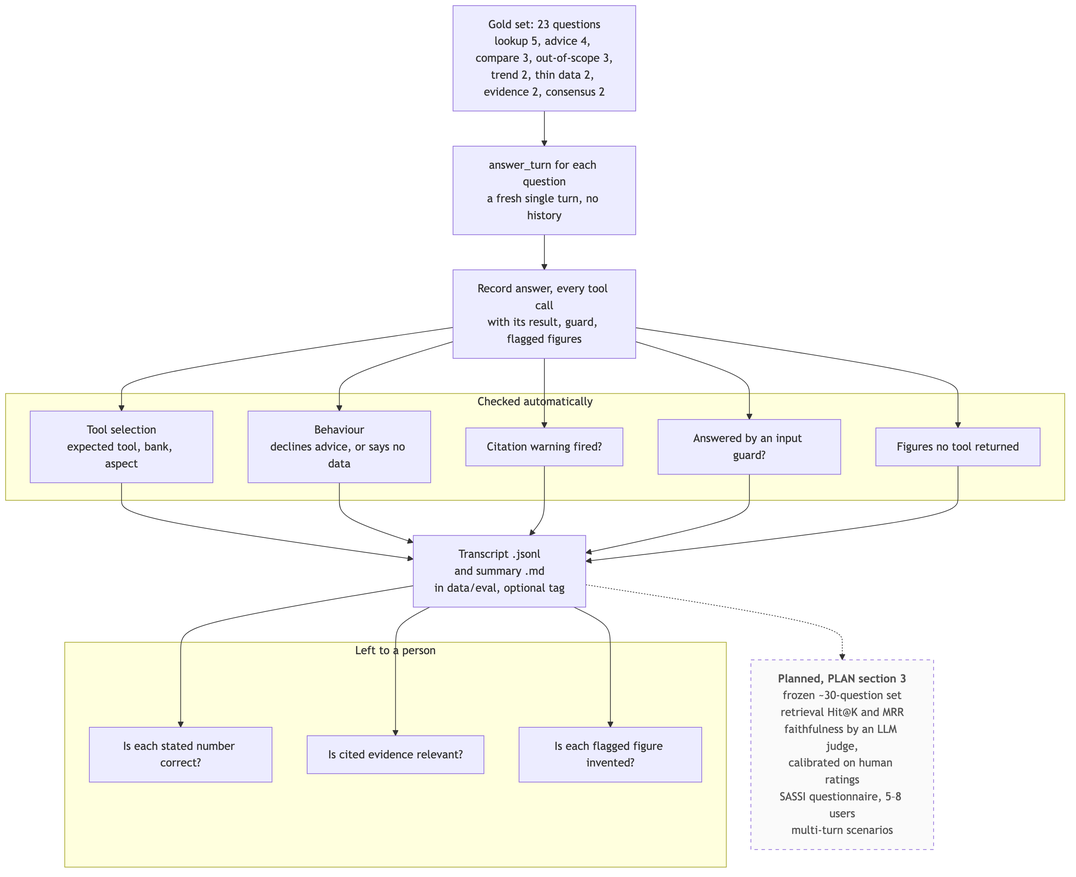
This is docs/diagrams/img/20-chatbot-evaluation.png from Gavingyh/plp-project, a Mermaid export, as it was before one commit. Its source is kept beside it as docs/diagrams/src/20-chatbot-evaluation.mmd.
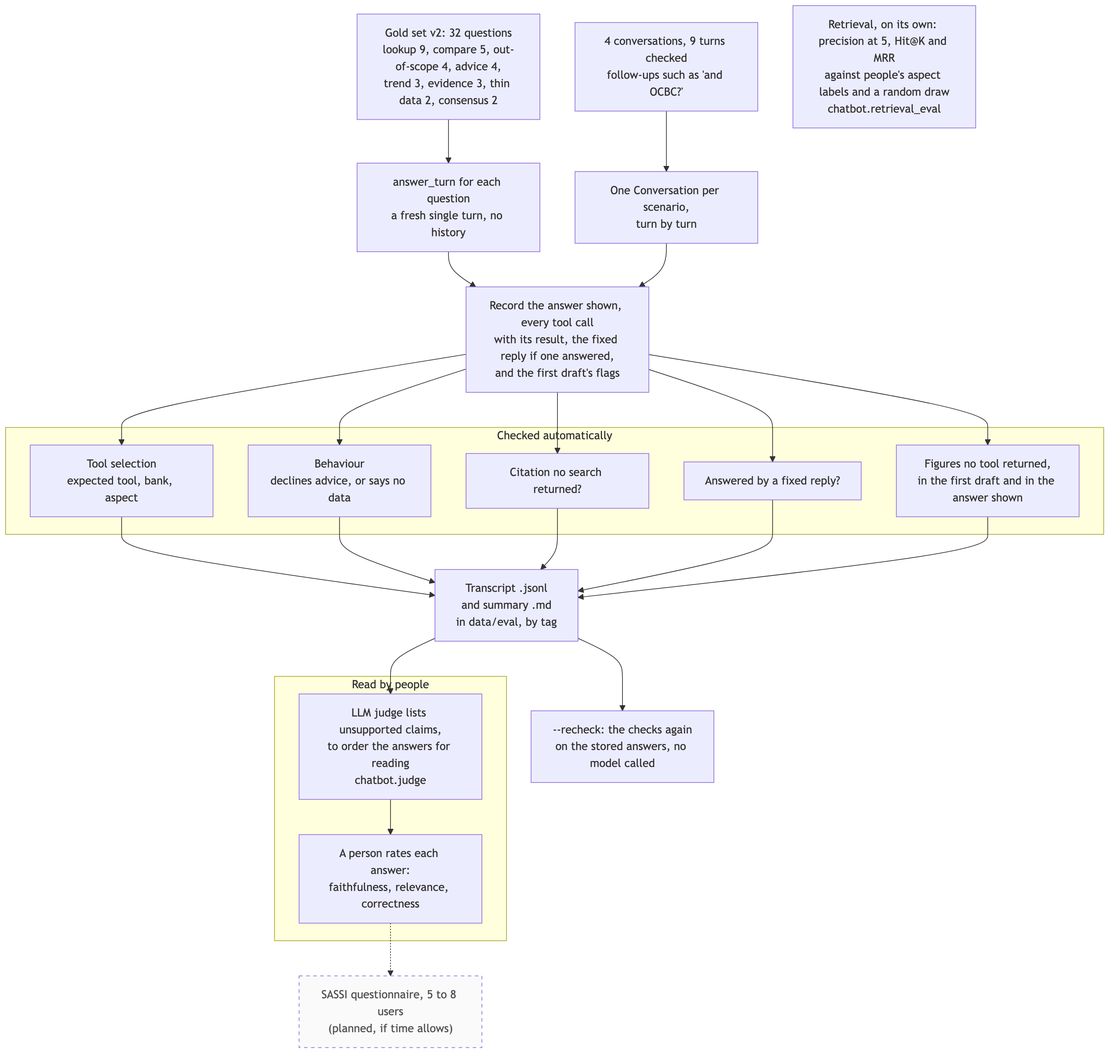
Above is the later version.

Change to the diagram source:
```diff
@@ -1,31 +1,36 @@
 flowchart TB
   accTitle: Chatbot evaluation
-  accDescr: Each of 23 gold-set questions is asked as a fresh single turn. The run records the answer and every tool call with its result, then checks tool selection, advice and scope behaviour, citation warnings, input guards and unverified figures. A person reads the transcript for number correctness and evidence relevance. A frozen set, retrieval metrics, an LLM judge, a usability questionnaire and multi-turn scenarios are planned.
+  accDescr: Each of the 32 gold-set questions is asked as a fresh single turn, and four conversations test follow-ups. The run records the answer shown and every tool call with its result, then checks tool selection, advice and scope behaviour, citations, fixed replies and figures no tool returned, in the first draft and in the answer shown. A recheck scores stored answers again without calling a model. An LLM judge orders the answers for a person, who rates each one. Retrieval is scored on its own against people's aspect labels. A usability questionnaire is planned.
 
-  gold["Gold set: 23 questions<br/>lookup 5, advice 4, compare 3, out-of-scope 3,<br/>trend 2, thin data 2, evidence 2, consensus 2"]
+  gold["Gold set v2: 32 questions<br/>lookup 9, compare 5, out-of-scope 4, advice 4,<br/>trend 3, evidence 3, thin data 2, consensus 2"]
+  multi["4 conversations, 9 turns checked<br/>follow-ups such as 'and OCBC?'"]
   gold --> turn["answer_turn for each question<br/>a fresh single turn, no history"]
-  turn --> rec["Record answer, every tool call<br/>with its result, guard, flagged figures"]
+  multi --> conv["One Conversation per scenario,<br/>turn by turn"]
+  turn --> rec["Record the answer shown, every tool call<br/>with its result, the fixed reply if one answered,<br/>and the first draft's flags"]
+  conv --> rec
 
   subgraph auto["Checked automatically"]
     a1["Tool selection<br/>expected tool, bank, aspect"]
     a2["Behaviour<br/>declines advice, or says no data"]
-    a3["Citation warning fired?"]
-    a4["Answered by an input guard?"]
-    a5["Figures no tool returned"]
+    a3["Citation no search returned?"]
+    a4["Answered by a fixed reply?"]
+    a5["Figures no tool returned,<br/>in the first draft and in the answer shown"]
   end
 
   rec --> a1 & a2 & a3 & a4 & a5
-  a1 & a2 & a3 & a4 & a5 --> out["Transcript .jsonl<br/>and summary .md<br/>in data/eval, optional tag"]
+  a1 & a2 & a3 & a4 & a5 --> out["Transcript .jsonl<br/>and summary .md<br/>in data/eval, by tag"]
+  out --> recheck["--recheck: the checks again<br/>on the stored answers, no model called"]
 
-  subgraph human["Left to a person"]
-    h1["Is each stated number correct?"]
-    h2["Is cited evidence relevant?"]
-    h3["Is each flagged figure invented?"]
+  subgraph human["Read by people"]
+    judge["LLM judge lists unsupported claims,<br/>to order the answers for reading<br/>chatbot.judge"]
+    h1["A person rates each answer:<br/>faithfulness, relevance, correctness"]
   end
-  out --> h1 & h2 & h3
+  out --> judge --> h1
 
-  plan["<b>Planned, PLAN section 3</b><br/>frozen ~30-question set<br/>retrieval Hit@K and MRR<br/>faithfulness by an LLM judge,<br/>calibrated on human ratings<br/>SASSI questionnaire, 5–8 users<br/>multi-turn scenarios"]
-  out -.-> plan
+  retr["Retrieval, on its own: precision at 5, Hit@K and MRR<br/>against people's aspect labels and a random draw<br/>chatbot.retrieval_eval"]
+
+  plan["SASSI questionnaire, 5 to 8 users<br/>(planned, if time allows)"]
+  h1 -.-> plan
 
   classDef planned stroke-dasharray: 5 5,color:#555,fill:#fafafa;
   class plan planned;
```
